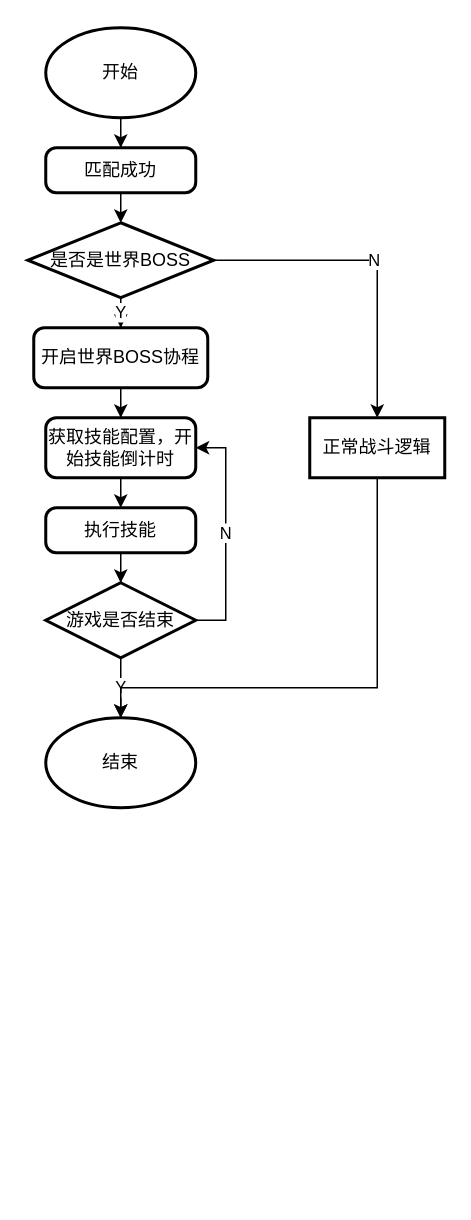
This is page "开始战斗" (1 of 2) of spiderqueen.drawio from Clz-SkyWalker/diagrams.net, a draw.io file, before an edit. Source tidied: cells renumbered, new cells numbered last; positions are measured from the earlier drawing's top-left corner, leaving out a move shared by most shapes. Both pictures are drawn from the tidied source at 150%, with x=0, y=0 at pixel (27, 27).
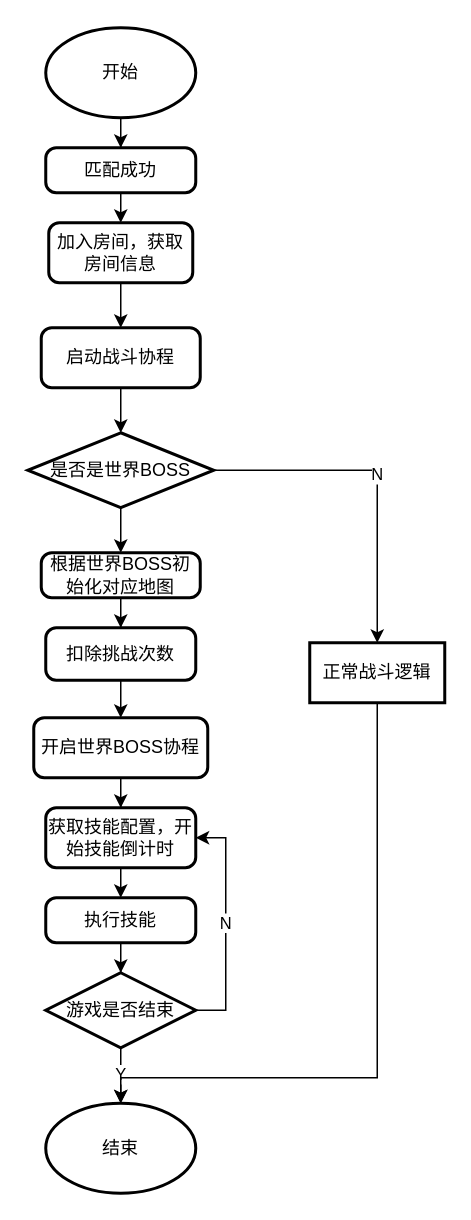
Above is the later version.

The change refers to these unchanged cells:
```xml
<mxCell id="5" value="匹配成功" style="rounded=1;whiteSpace=wrap;html=1;absoluteArcSize=1;arcSize=14;strokeWidth=2;" parent="1" vertex="1">
  <mxGeometry x="12" y="80" width="100" height="30" as="geometry" />
</mxCell>
```

Change to the diagram source:
```diff
@@
-    <mxCell id="4" style="edgeStyle=orthogonalEdgeStyle;rounded=0;jettySize=auto;html=1;exitX=0.5;exitY=1;exitDx=0;exitDy=0;entryX=0.5;entryY=0;entryDx=0;entryDy=0;entryPerimeter=0;" parent="1" edge="1" source="5" target="10">
-      <mxGeometry relative="1" as="geometry" />
-    </mxCell>
+    <mxCell id="21" style="edgeStyle=orthogonalEdgeStyle;rounded=0;jettySize=auto;html=1;exitX=0.5;exitY=1;exitDx=0;exitDy=0;entryX=0.5;entryY=0;entryDx=0;entryDy=0;" parent="1" edge="1" source="5" target="24">
+      <mxGeometry relative="1" as="geometry" />
+    </mxCell>
@@
     <mxCell id="7" value="开启世界BOSS协程" style="rounded=1;whiteSpace=wrap;html=1;absoluteArcSize=1;arcSize=14;strokeWidth=2;" parent="1" vertex="1">
-      <mxGeometry x="4" y="200" width="116" height="40" as="geometry" />
+      <mxGeometry x="4" y="460" width="116" height="40" as="geometry" />
     </mxCell>
-    <mxCell id="8" value="Y" style="edgeStyle=orthogonalEdgeStyle;rounded=0;jettySize=auto;html=1;exitX=0.5;exitY=1;exitDx=0;exitDy=0;exitPerimeter=0;" parent="1" edge="1" source="10" target="7">
-      <mxGeometry relative="1" as="geometry" />
-    </mxCell>
@@
+    <mxCell id="22" style="edgeStyle=orthogonalEdgeStyle;rounded=0;jettySize=auto;html=1;exitX=0.5;exitY=1;exitDx=0;exitDy=0;exitPerimeter=0;" parent="1" edge="1" source="10" target="28">
+      <mxGeometry relative="1" as="geometry" />
+    </mxCell>
     <mxCell id="10" value="是否是世界BOSS" style="strokeWidth=2;html=1;shape=mxgraph.flowchart.decision;whiteSpace=wrap;" parent="1" vertex="1">
-      <mxGeometry y="130" width="124" height="50" as="geometry" />
+      <mxGeometry y="270" width="124" height="50" as="geometry" />
     </mxCell>
@@
     <mxCell id="12" value="获取技能配置，开始技能倒计时" style="rounded=1;whiteSpace=wrap;html=1;absoluteArcSize=1;arcSize=14;strokeWidth=2;" parent="1" vertex="1">
-      <mxGeometry x="12" y="260" width="100" height="40" as="geometry" />
+      <mxGeometry x="12" y="520" width="100" height="40" as="geometry" />
     </mxCell>
@@
     <mxCell id="14" value="执行技能" style="rounded=1;whiteSpace=wrap;html=1;absoluteArcSize=1;arcSize=14;strokeWidth=2;" parent="1" vertex="1">
-      <mxGeometry x="12" y="320" width="100" height="30" as="geometry" />
+      <mxGeometry x="12" y="580" width="100" height="30" as="geometry" />
     </mxCell>
@@
     <mxCell id="16" value="N" style="edgeStyle=orthogonalEdgeStyle;rounded=0;jettySize=auto;html=1;entryX=1;entryY=0.5;entryDx=0;entryDy=0;" parent="1" edge="1" source="17" target="12">
       <mxGeometry relative="1" as="geometry">
         <Array as="points">
-          <mxPoint x="132" y="395" />
-          <mxPoint x="132" y="280" />
+          <mxPoint x="132" y="655" />
+          <mxPoint x="132" y="540" />
         </Array>
       </mxGeometry>
     </mxCell>
     <mxCell id="17" value="游戏是否结束" style="strokeWidth=2;html=1;shape=mxgraph.flowchart.decision;whiteSpace=wrap;" parent="1" vertex="1">
-      <mxGeometry x="12" y="370" width="100" height="50" as="geometry" />
+      <mxGeometry x="12" y="630" width="100" height="50" as="geometry" />
     </mxCell>
     <mxCell id="18" value="结束" style="strokeWidth=2;html=1;shape=mxgraph.flowchart.start_1;whiteSpace=wrap;" parent="1" vertex="1">
-      <mxGeometry x="12" y="460" width="100" height="60" as="geometry" />
+      <mxGeometry x="12" y="717" width="100" height="60" as="geometry" />
     </mxCell>
-    <mxCell id="19" style="edgeStyle=orthogonalEdgeStyle;rounded=0;jettySize=auto;html=1;" parent="1" edge="1" source="20" target="18">
+    <mxCell id="19" style="edgeStyle=orthogonalEdgeStyle;rounded=0;jettySize=auto;html=1;exitX=0.5;exitY=1;exitDx=0;exitDy=0;" parent="1" edge="1" source="20" target="18">
       <mxGeometry relative="1" as="geometry">
         <Array as="points">
-          <mxPoint x="233" y="440" />
-          <mxPoint x="62" y="440" />
+          <mxPoint x="233" y="700" />
+          <mxPoint x="62" y="700" />
         </Array>
       </mxGeometry>
     </mxCell>
     <mxCell id="20" value="正常战斗逻辑" style="whiteSpace=wrap;html=1;strokeWidth=2;" parent="1" vertex="1">
-      <mxGeometry x="188" y="260" width="90" height="40" as="geometry" />
+      <mxGeometry x="188" y="410" width="90" height="40" as="geometry" />
     </mxCell>
+    <mxCell id="23" style="edgeStyle=orthogonalEdgeStyle;rounded=0;jettySize=auto;html=1;exitX=0.5;exitY=1;exitDx=0;exitDy=0;" parent="1" edge="1" source="24" target="26">
+      <mxGeometry relative="1" as="geometry" />
+    </mxCell>
+    <mxCell id="24" value="加入房间，获取房间信息" style="rounded=1;whiteSpace=wrap;html=1;absoluteArcSize=1;arcSize=14;strokeWidth=2;" parent="1" vertex="1">
+      <mxGeometry x="14" y="130" width="96" height="40" as="geometry" />
+    </mxCell>
+    <mxCell id="25" style="edgeStyle=orthogonalEdgeStyle;rounded=0;jettySize=auto;html=1;exitX=0.5;exitY=1;exitDx=0;exitDy=0;" parent="1" edge="1" source="26" target="10">
+      <mxGeometry relative="1" as="geometry" />
+    </mxCell>
+    <mxCell id="26" value="启动战斗协程" style="rounded=1;whiteSpace=wrap;html=1;absoluteArcSize=1;arcSize=14;strokeWidth=2;" parent="1" vertex="1">
+      <mxGeometry x="9" y="200" width="106" height="40" as="geometry" />
+    </mxCell>
+    <mxCell id="27" style="edgeStyle=orthogonalEdgeStyle;rounded=0;jettySize=auto;html=1;exitX=0.5;exitY=1;exitDx=0;exitDy=0;" parent="1" edge="1" source="28" target="30">
+      <mxGeometry relative="1" as="geometry" />
+    </mxCell>
+    <mxCell id="28" value="根据世界BOSS初始化对应地图" style="rounded=1;whiteSpace=wrap;html=1;absoluteArcSize=1;arcSize=14;strokeWidth=2;" parent="1" vertex="1">
+      <mxGeometry x="9" y="350" width="106" height="30" as="geometry" />
+    </mxCell>
+    <mxCell id="29" style="edgeStyle=orthogonalEdgeStyle;rounded=0;jettySize=auto;html=1;exitX=0.5;exitY=1;exitDx=0;exitDy=0;" parent="1" edge="1" source="30" target="7">
+      <mxGeometry relative="1" as="geometry" />
+    </mxCell>
+    <mxCell id="30" value="扣除挑战次数" style="rounded=1;whiteSpace=wrap;html=1;absoluteArcSize=1;arcSize=14;strokeWidth=2;" parent="1" vertex="1">
+      <mxGeometry x="12" y="400" width="100" height="35" as="geometry" />
+    </mxCell>
```
